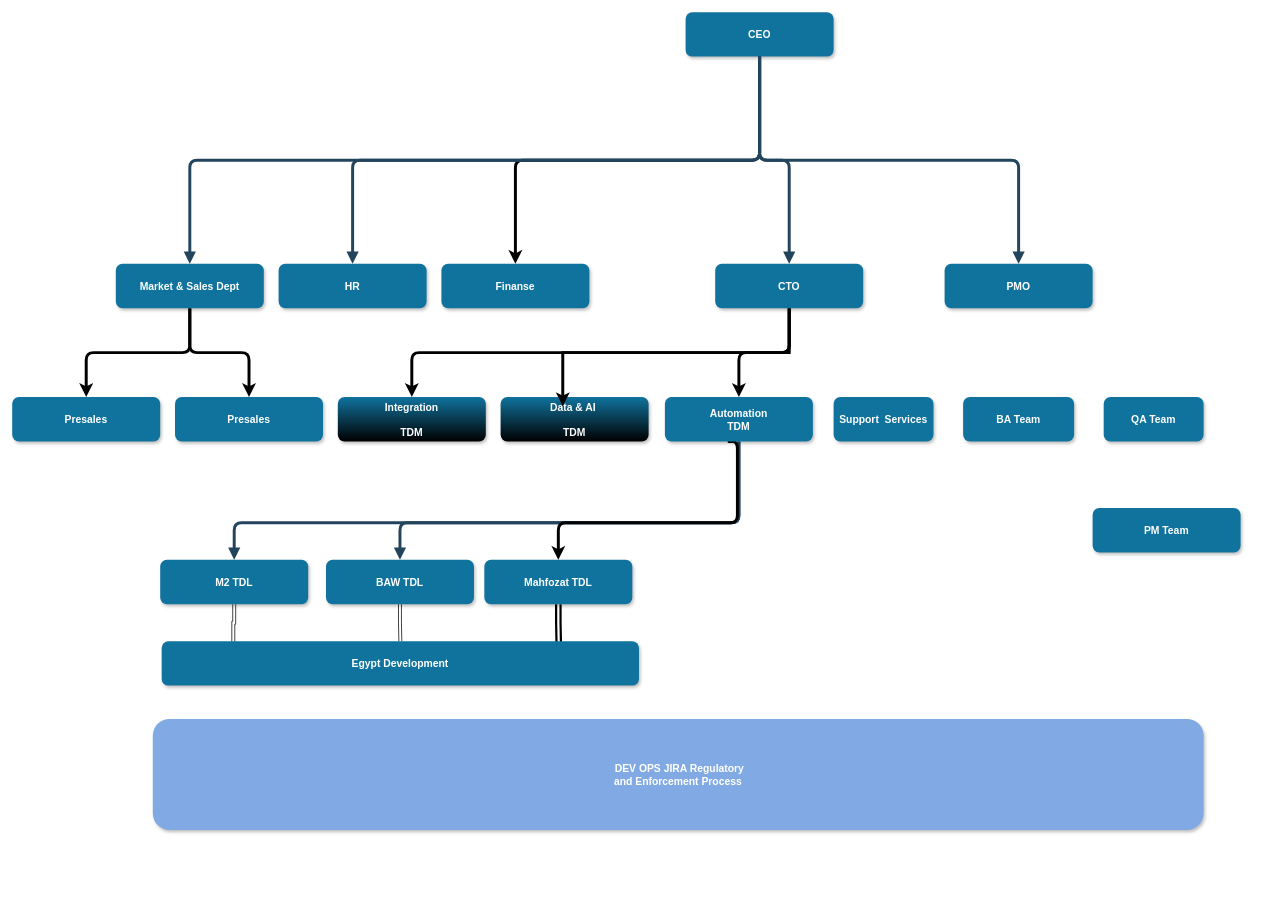
Basharabulaban/dataserve keeps this draw.io diagram as Untitled Diagram.drawio. Above is the earlier version. Source tidied: cells renumbered, new cells numbered last; positions are measured from the earlier drawing's top-left corner, leaving out a move shared by most shapes. Both pictures are drawn from the tidied source at 74%, with x=0, y=0 at pixel (12, 12).
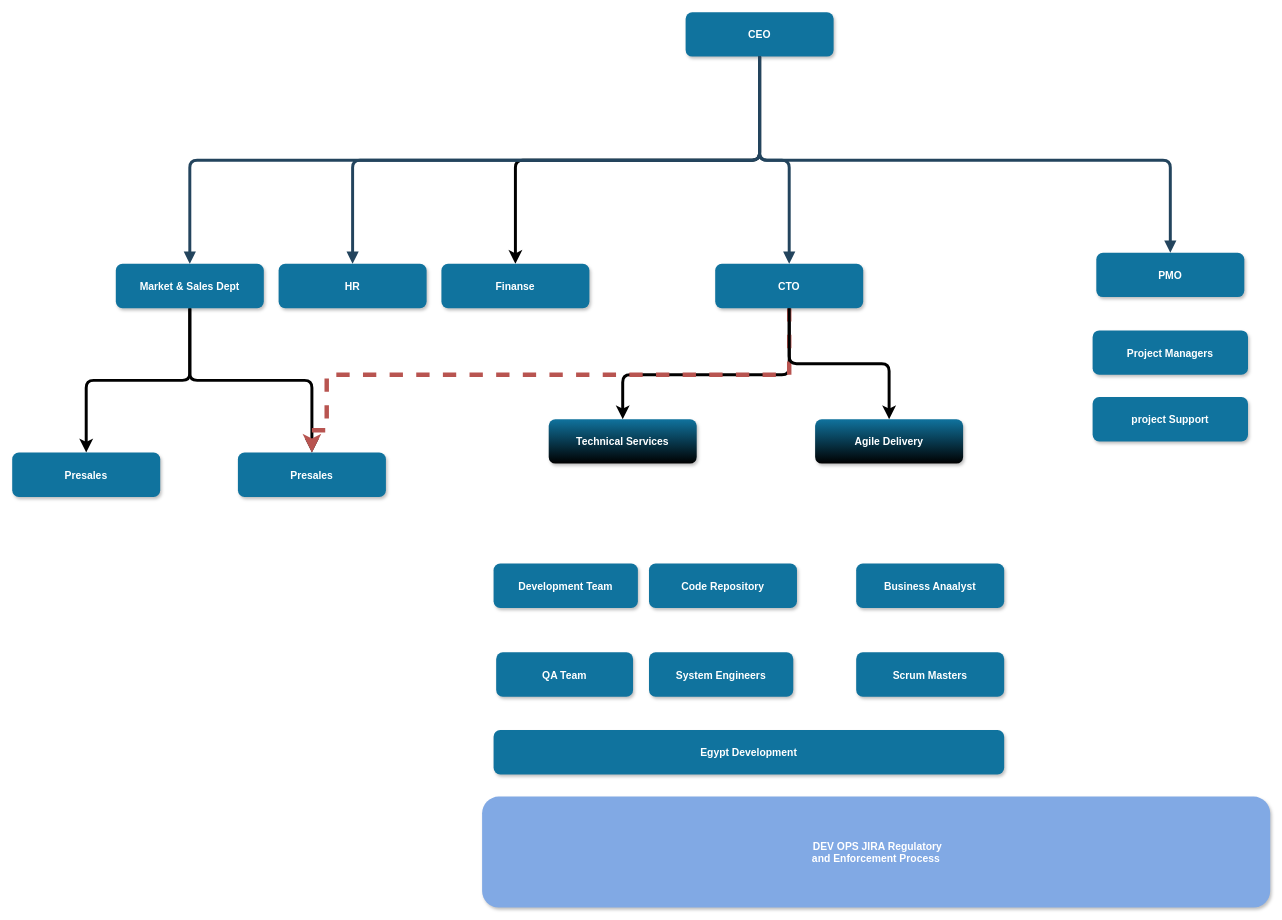
The same page after the edit.

The change refers to these unchanged cells:
```xml
<mxCell id="31" value="CTO" style="rounded=1;fillColor=#10739E;strokeColor=none;shadow=1;gradientColor=none;fontStyle=1;fontColor=#FFFFFF;fontSize=14;" parent="1" vertex="1">
  <mxGeometry x="950" y="340" width="200" height="60" as="geometry" />
</mxCell>
```

What changed in the source:
```diff
@@
     <mxCell id="8" value="PMO " style="rounded=1;fillColor=#10739E;strokeColor=none;shadow=1;gradientColor=none;fontStyle=1;fontColor=#FFFFFF;fontSize=14;" parent="1" vertex="1">
-      <mxGeometry x="1260" y="340" width="200" height="60" as="geometry" />
+      <mxGeometry x="1465" y="325" width="200" height="60" as="geometry" />
     </mxCell>
@@
-    <mxCell id="10" style="edgeStyle=orthogonalEdgeStyle;rounded=0;jettySize=auto;html=1;exitX=0.5;exitY=1;exitDx=0;exitDy=0;entryX=0.15;entryY=0.167;entryDx=0;entryDy=0;entryPerimeter=0;shape=link;" parent="1" edge="1" source="11" target="38">
-      <mxGeometry relative="1" as="geometry" />
-    </mxCell>
-    <mxCell id="11" value="M2 TDL" style="rounded=1;fillColor=#10739E;strokeColor=none;shadow=1;gradientColor=none;fontStyle=1;fontColor=#FFFFFF;fontSize=14;" parent="1" vertex="1">
-      <mxGeometry x="200" y="740" width="200" height="60" as="geometry" />
+    <mxCell id="11" value="Development Team" style="rounded=1;fillColor=#10739E;strokeColor=none;shadow=1;gradientColor=none;fontStyle=1;fontColor=#FFFFFF;fontSize=14;" parent="1" vertex="1">
+      <mxGeometry x="650.5" y="745" width="195" height="60" as="geometry" />
     </mxCell>
-    <mxCell id="12" style="edgeStyle=orthogonalEdgeStyle;rounded=0;jettySize=auto;html=1;exitX=0.5;exitY=1;exitDx=0;exitDy=0;entryX=0.5;entryY=0;entryDx=0;entryDy=0;shape=link;" parent="1" edge="1" source="13" target="38">
-      <mxGeometry relative="1" as="geometry" />
-    </mxCell>
-    <mxCell id="13" value="BAW TDL" style="rounded=1;fillColor=#10739E;strokeColor=none;shadow=1;gradientColor=none;fontStyle=1;fontColor=#FFFFFF;fontSize=14;" parent="1" vertex="1">
-      <mxGeometry x="424" y="740" width="200" height="60" as="geometry" />
+    <mxCell id="13" value="Code Repository" style="rounded=1;fillColor=#10739E;strokeColor=none;shadow=1;gradientColor=none;fontStyle=1;fontColor=#FFFFFF;fontSize=14;" parent="1" vertex="1">
+      <mxGeometry x="860.5" y="745" width="200" height="60" as="geometry" />
     </mxCell>
-    <mxCell id="14" style="edgeStyle=orthogonalEdgeStyle;rounded=0;jettySize=auto;html=1;exitX=0.5;exitY=1;exitDx=0;exitDy=0;entryX=0.832;entryY=0.125;entryDx=0;entryDy=0;entryPerimeter=0;shape=link;strokeWidth=3;" parent="1" edge="1" source="15" target="38">
-      <mxGeometry relative="1" as="geometry" />
-    </mxCell>
-    <mxCell id="15" value="Mahfozat TDL" style="rounded=1;fillColor=#10739E;strokeColor=none;shadow=1;gradientColor=none;fontStyle=1;fontColor=#FFFFFF;fontSize=14;" parent="1" vertex="1">
-      <mxGeometry x="638" y="740" width="200" height="60" as="geometry" />
+    <mxCell id="15" value="Business Anaalyst" style="rounded=1;fillColor=#10739E;strokeColor=none;shadow=1;gradientColor=none;fontStyle=1;fontColor=#FFFFFF;fontSize=14;" parent="1" vertex="1">
+      <mxGeometry x="1140.5" y="745" width="200" height="60" as="geometry" />
     </mxCell>
     <mxCell id="16" value=" DEV OPS JIRA Regulatory &#10;and Enforcement Process" style="rounded=1;fillColor=#81a9e4;strokeColor=none;shadow=1;gradientColor=none;fontStyle=1;fontColor=#FFFFFF;fontSize=14;" parent="1" vertex="1">
-      <mxGeometry x="190" y="955" width="1420" height="150" as="geometry" />
+      <mxGeometry x="635" y="1060" width="1065" height="150" as="geometry" />
     </mxCell>
@@
-    <mxCell id="20" style="edgeStyle=elbowEdgeStyle;elbow=vertical;strokeWidth=4;endArrow=block;endFill=1;fontStyle=1;strokeColor=#23445D;entryX=0.5;entryY=0;entryDx=0;entryDy=0;exitX=0.5;exitY=1;exitDx=0;exitDy=0;" parent="1" edge="1" source="36" target="11">
-      <mxGeometry x="-950" y="150" as="geometry">
-        <Array as="points">
-          <mxPoint x="910" y="690" />
-          <mxPoint x="1190" y="470" />
-          <mxPoint x="1480" y="580" />
-          <mxPoint x="1540" y="580" />
-          <mxPoint x="1310" y="490" />
-        </Array>
-      </mxGeometry>
-    </mxCell>
-    <mxCell id="21" style="edgeStyle=elbowEdgeStyle;elbow=vertical;strokeWidth=4;endArrow=block;endFill=1;fontStyle=1;strokeColor=#23445D;exitX=0.5;exitY=1;exitDx=0;exitDy=0;entryX=0.5;entryY=0;entryDx=0;entryDy=0;" parent="1" edge="1" source="36" target="13">
-      <mxGeometry x="-950" y="150" as="geometry">
-        <Array as="points">
-          <mxPoint x="1030" y="690" />
-          <mxPoint x="1350" y="470" />
-          <mxPoint x="1470" y="600" />
-        </Array>
-      </mxGeometry>
-    </mxCell>
@@
-    <mxCell id="23" value="Integration &#10;&#10;TDM" style="rounded=1;fillColor=#10739E;strokeColor=none;shadow=1;gradientColor=default;fontStyle=1;fontColor=#FFFFFF;fontSize=14;" parent="1" vertex="1">
-      <mxGeometry x="440" y="520" width="200" height="60" as="geometry" />
+    <mxCell id="23" value="Technical Services" style="rounded=1;fillColor=#10739E;strokeColor=none;shadow=1;gradientColor=default;fontStyle=1;fontColor=#FFFFFF;fontSize=14;" parent="1" vertex="1">
+      <mxGeometry x="725" y="550" width="200" height="60" as="geometry" />
     </mxCell>
-    <mxCell id="24" value="Data &amp; AI  &#10;&#10;TDM" style="rounded=1;fillColor=#10739E;strokeColor=none;shadow=1;gradientColor=default;fontStyle=1;fontColor=#FFFFFF;fontSize=14;" parent="1" vertex="1">
-      <mxGeometry x="660" y="520" width="200" height="60" as="geometry" />
-    </mxCell>
     <mxCell id="25" value="Presales" style="rounded=1;fillColor=#10739E;strokeColor=none;shadow=1;gradientColor=none;fontStyle=1;fontColor=#FFFFFF;fontSize=14;" parent="1" vertex="1">
-      <mxGeometry x="220" y="520" width="200" height="60" as="geometry" />
+      <mxGeometry x="305" y="595" width="200" height="60" as="geometry" />
     </mxCell>
     <mxCell id="26" value="Presales" style="rounded=1;fillColor=#10739E;strokeColor=none;shadow=1;gradientColor=none;fontStyle=1;fontColor=#FFFFFF;fontSize=14;" parent="1" vertex="1">
-      <mxGeometry y="520" width="200" height="60" as="geometry" />
+      <mxGeometry y="595" width="200" height="60" as="geometry" />
     </mxCell>
@@
     <mxCell id="28" style="edgeStyle=orthogonalEdgeStyle;rounded=1;jettySize=auto;html=1;entryX=0.5;entryY=0;entryDx=0;entryDy=0;strokeWidth=4;" parent="1" edge="1" source="31" target="23">
       <mxGeometry relative="1" as="geometry">
         <Array as="points">
-          <mxPoint x="910" y="460" />
-          <mxPoint x="590" y="460" />
+          <mxPoint x="1050" y="490" />
+          <mxPoint x="825" y="490" />
         </Array>
       </mxGeometry>
     </mxCell>
-    <mxCell id="29" style="edgeStyle=orthogonalEdgeStyle;rounded=1;jettySize=auto;html=1;entryX=0.5;entryY=0;entryDx=0;entryDy=0;strokeWidth=4;" parent="1" edge="1" source="31" target="36">
-      <mxGeometry relative="1" as="geometry" />
-    </mxCell>
-    <mxCell id="30" style="edgeStyle=orthogonalEdgeStyle;rounded=0;jettySize=auto;html=1;strokeWidth=4;entryX=0.42;entryY=0.208;entryDx=0;entryDy=0;entryPerimeter=0;" parent="1" edge="1" source="31" target="24">
-      <mxGeometry relative="1" as="geometry">
-        <Array as="points">
-          <mxPoint x="1050" y="460" />
-          <mxPoint x="744" y="460" />
-        </Array>
-      </mxGeometry>
-    </mxCell>
+    <mxCell id="39" style="edgeStyle=orthogonalEdgeStyle;rounded=0;jettySize=auto;html=1;entryX=0.5;entryY=0;entryDx=0;entryDy=0;dashed=1;strokeWidth=6;fillColor=#f8cecc;strokeColor=#b85450;" parent="1" edge="1" source="31" target="25">
+      <mxGeometry relative="1" as="geometry">
+        <Array as="points">
+          <mxPoint x="1050" y="490" />
+          <mxPoint x="425" y="490" />
+          <mxPoint x="425" y="565" />
+          <mxPoint x="405" y="565" />
+        </Array>
+      </mxGeometry>
+    </mxCell>
@@
-    <mxCell id="32" value="Support  Services" style="rounded=1;fillColor=#10739E;strokeColor=none;shadow=1;gradientColor=none;fontStyle=1;fontColor=#FFFFFF;fontSize=14;" parent="1" vertex="1">
-      <mxGeometry x="1110" y="520" width="135" height="60" as="geometry" />
+    <mxCell id="32" value="System Engineers " style="rounded=1;fillColor=#10739E;strokeColor=none;shadow=1;gradientColor=none;fontStyle=1;fontColor=#FFFFFF;fontSize=14;" parent="1" vertex="1">
+      <mxGeometry x="860.5" y="865" width="195" height="60" as="geometry" />
     </mxCell>
-    <mxCell id="33" value="BA Team" style="rounded=1;fillColor=#10739E;strokeColor=none;shadow=1;gradientColor=none;fontStyle=1;fontColor=#FFFFFF;fontSize=14;" parent="1" vertex="1">
-      <mxGeometry x="1285" y="520" width="150" height="60" as="geometry" />
+    <mxCell id="33" value="Project Managers" style="rounded=1;fillColor=#10739E;strokeColor=none;shadow=1;gradientColor=none;fontStyle=1;fontColor=#FFFFFF;fontSize=14;" parent="1" vertex="1">
+      <mxGeometry x="1460" y="430" width="210" height="60" as="geometry" />
     </mxCell>
-    <mxCell id="34" value="PM Team" style="rounded=1;fillColor=#10739E;strokeColor=none;shadow=1;gradientColor=none;fontStyle=1;fontColor=#FFFFFF;fontSize=14;" parent="1" vertex="1">
-      <mxGeometry x="1460" y="670" width="200" height="60" as="geometry" />
-    </mxCell>
-    <mxCell id="35" style="edgeStyle=orthogonalEdgeStyle;rounded=1;jettySize=auto;html=1;strokeWidth=4;exitX=0.5;exitY=1;exitDx=0;exitDy=0;entryX=0.5;entryY=0;entryDx=0;entryDy=0;" parent="1" edge="1" target="15">
-      <mxGeometry relative="1" as="geometry">
-        <mxPoint x="967" y="580" as="sourcePoint" />
-        <Array as="points">
-          <mxPoint x="980" y="580" />
-          <mxPoint x="980" y="690" />
-          <mxPoint x="738" y="690" />
-        </Array>
-      </mxGeometry>
-    </mxCell>
-    <mxCell id="36" value="Automation &#10;TDM" style="rounded=1;fillColor=#10739E;strokeColor=none;shadow=1;gradientColor=none;fontStyle=1;fontColor=#FFFFFF;fontSize=14;" parent="1" vertex="1">
-      <mxGeometry x="882" y="520" width="200" height="60" as="geometry" />
-    </mxCell>
     <mxCell id="37" value="QA Team" style="rounded=1;fillColor=#10739E;strokeColor=none;shadow=1;gradientColor=none;fontStyle=1;fontColor=#FFFFFF;fontSize=14;" parent="1" vertex="1">
-      <mxGeometry x="1475" y="520" width="135" height="60" as="geometry" />
+      <mxGeometry x="654" y="865" width="185" height="60" as="geometry" />
     </mxCell>
     <mxCell id="38" value="Egypt Development" style="rounded=1;fillColor=#10739E;strokeColor=none;shadow=1;gradientColor=none;fontStyle=1;fontColor=#FFFFFF;fontSize=14;" parent="1" vertex="1">
-      <mxGeometry x="202" y="850" width="645" height="60" as="geometry" />
+      <mxGeometry x="650.5" y="970" width="690" height="60" as="geometry" />
     </mxCell>
+    <mxCell id="34" value="Scrum Masters" style="rounded=1;fillColor=#10739E;strokeColor=none;shadow=1;gradientColor=none;fontStyle=1;fontColor=#FFFFFF;fontSize=14;" parent="1" vertex="1">
+      <mxGeometry x="1140.5" y="865" width="200" height="60" as="geometry" />
+    </mxCell>
+    <mxCell id="30" style="edgeStyle=orthogonalEdgeStyle;rounded=1;jettySize=auto;html=1;entryX=0.5;entryY=0;entryDx=0;entryDy=0;strokeWidth=4;" parent="1" edge="1" source="31" target="24">
+      <mxGeometry relative="1" as="geometry" />
+    </mxCell>
+    <mxCell id="24" value="Agile Delivery" style="rounded=1;fillColor=#10739E;strokeColor=none;shadow=1;gradientColor=default;fontStyle=1;fontColor=#FFFFFF;fontSize=14;" parent="1" vertex="1">
+      <mxGeometry x="1085" y="550" width="200" height="60" as="geometry" />
+    </mxCell>
+    <mxCell id="40" value="project Support" style="rounded=1;fillColor=#10739E;strokeColor=none;shadow=1;gradientColor=none;fontStyle=1;fontColor=#FFFFFF;fontSize=14;" parent="1" vertex="1">
+      <mxGeometry x="1460" y="520" width="210" height="60" as="geometry" />
+    </mxCell>
```
